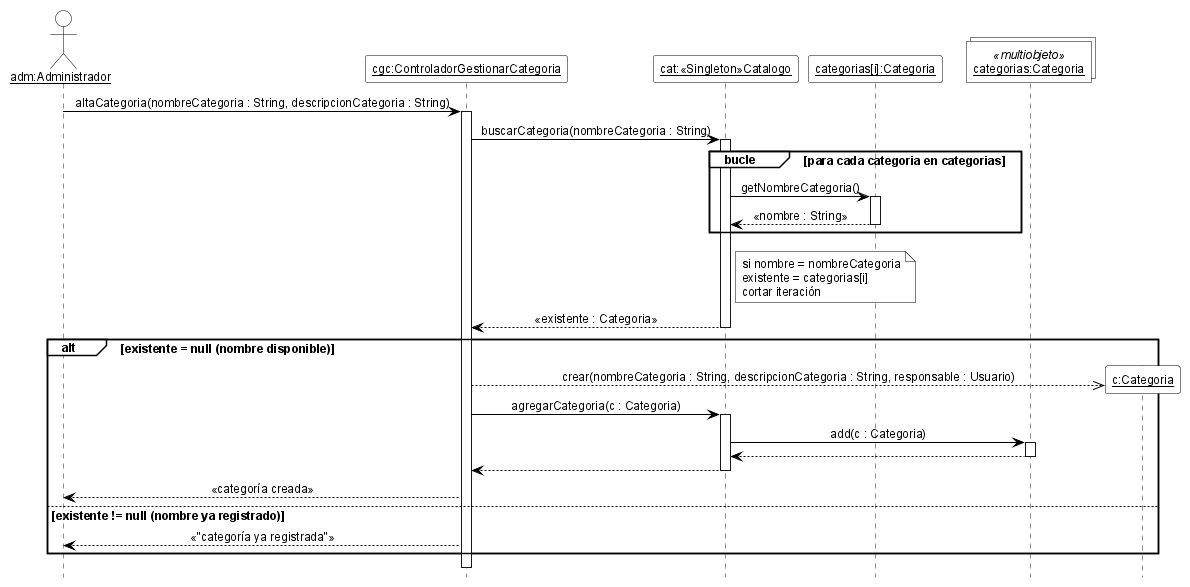
Earlier version of the PlantUML export 08-Diagrama De Secuencia/DSD_CU-03_altaCategoria.png (cirotop/Stock-Project). The source it was exported from:
```plantuml
@startuml DSD_CU-03_altaCategoria
hide footbox
skinparam shadowing false
skinparam defaultFontName Arial
skinparam defaultFontSize 12
skinparam sequenceMessageAlign center
skinparam ArrowColor black
skinparam ParticipantBackgroundColor white
skinparam ParticipantBorderColor black
skinparam CollectionsBackgroundColor white
skinparam CollectionsBorderColor black
skinparam ActorBackgroundColor white
skinparam ActorBorderColor black
skinparam LifeLineBorderColor black
skinparam LifeLineBackgroundColor white
skinparam SequenceGroupBackgroundColor white
skinparam SequenceGroupBorderColor black
skinparam SequenceGroupHeaderFontColor black
skinparam NoteBackgroundColor white
skinparam NoteBorderColor black

actor "<u>adm:Administrador</u>" as adm
participant "<u>cgc:ControladorGestionarCategoria</u>" as cgc
participant "<u>cat:«Singleton»Catalogo</u>" as cat
participant "<u>categorias[i]:Categoria</u>" as ci
collections "<u>categorias:Categoria</u>" as mc <<multiobjeto>>

adm -> cgc ++ : altaCategoria(nombreCategoria : String, descripcionCategoria : String)
cgc -> cat ++ : buscarCategoria(nombreCategoria : String)
group bucle [para cada categoria en categorias]
  cat -> ci ++ : getNombreCategoria()
  ci --> cat -- : «nombre : String»
end
note right of cat
  si nombre = nombreCategoria
  existente = categorias[i]
  cortar iteración
end note
cat --> cgc -- : «existente : Categoria»
alt existente = null (nombre disponible)
  create participant "<u>c:Categoria</u>" as c
  cgc -->> c : crear(nombreCategoria : String, descripcionCategoria : String, responsable : Usuario)
  cgc -> cat ++ : agregarCategoria(c : Categoria)
  cat -> mc ++ : add(c : Categoria)
  mc --> cat --
  cat --> cgc --
  cgc --> adm : «categoría creada»
else existente != null (nombre ya registrado)
  cgc --> adm : «"categoría ya registrada"»
end
deactivate cgc

@enduml
```
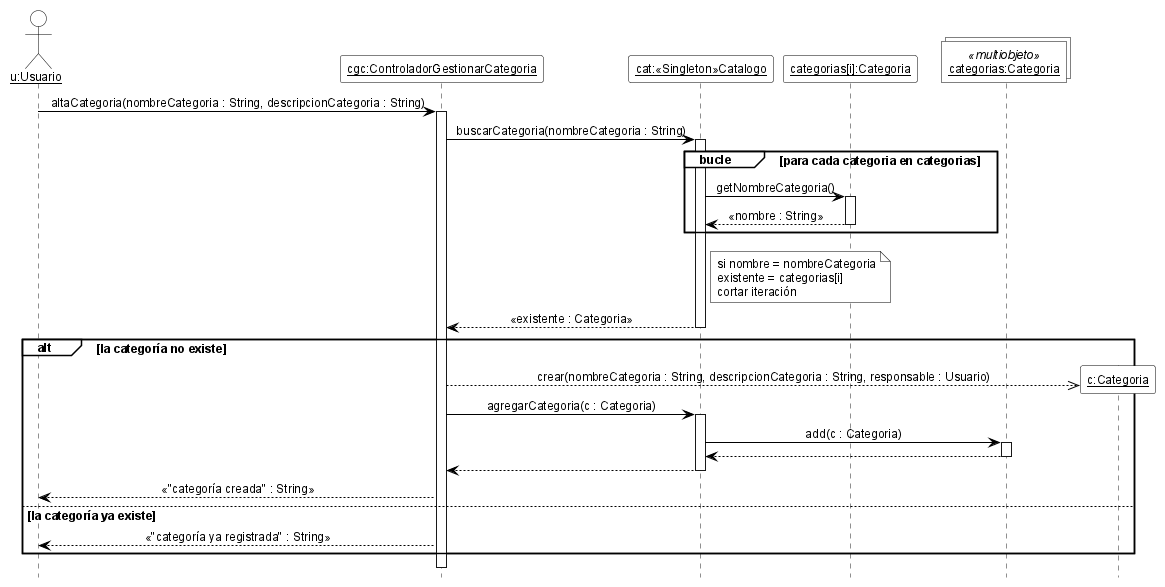
After the commit.

What changed in the source:
```diff
@@ -19,17 +19,17 @@
 skinparam NoteBackgroundColor white
 skinparam NoteBorderColor black
 
-actor "<u>adm:Administrador</u>" as adm
+actor "<u>u:Usuario</u>" as u
 participant "<u>cgc:ControladorGestionarCategoria</u>" as cgc
 participant "<u>cat:«Singleton»Catalogo</u>" as cat
-participant "<u>categorias[i]:Categoria</u>" as ci
+participant "<u>categorias[i]:Categoria</u>" as ki
 collections "<u>categorias:Categoria</u>" as mc <<multiobjeto>>
 
-adm -> cgc ++ : altaCategoria(nombreCategoria : String, descripcionCategoria : String)
+u -> cgc ++ : altaCategoria(nombreCategoria : String, descripcionCategoria : String)
 cgc -> cat ++ : buscarCategoria(nombreCategoria : String)
 group bucle [para cada categoria en categorias]
-  cat -> ci ++ : getNombreCategoria()
-  ci --> cat -- : «nombre : String»
+  cat -> ki ++ : getNombreCategoria()
+  ki --> cat -- : «nombre : String»
 end
 note right of cat
   si nombre = nombreCategoria
@@ -37,16 +37,16 @@
   cortar iteración
 end note
 cat --> cgc -- : «existente : Categoria»
-alt existente = null (nombre disponible)
+alt la categoría no existe
   create participant "<u>c:Categoria</u>" as c
   cgc -->> c : crear(nombreCategoria : String, descripcionCategoria : String, responsable : Usuario)
   cgc -> cat ++ : agregarCategoria(c : Categoria)
   cat -> mc ++ : add(c : Categoria)
   mc --> cat --
   cat --> cgc --
-  cgc --> adm : «categoría creada»
-else existente != null (nombre ya registrado)
-  cgc --> adm : «"categoría ya registrada"»
+  cgc --> u : «"categoría creada" : String»
+else la categoría ya existe
+  cgc --> u : «"categoría ya registrada" : String»
 end
 deactivate cgc
 
```
